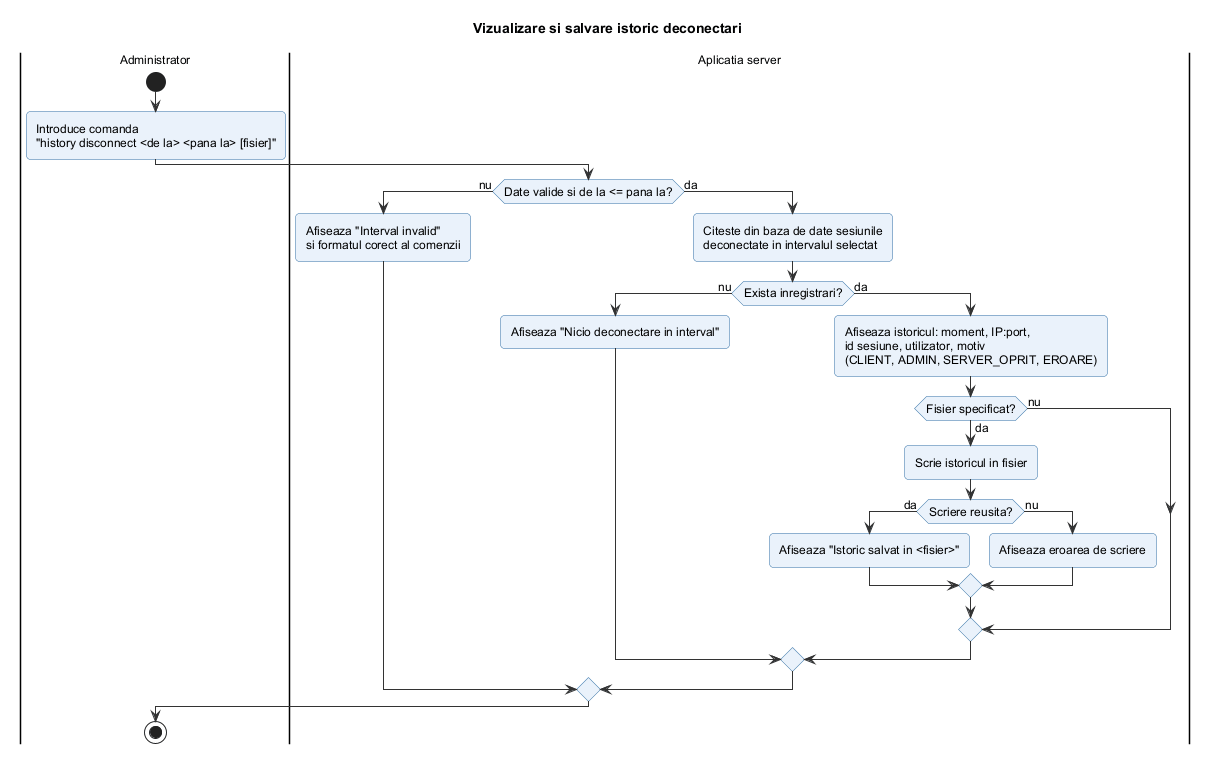
This is docs/diagrame/2_activitati/istoric_deconectari.png from filip-eanu/ProiectIS, a PlantUML export, as it was before one commit.
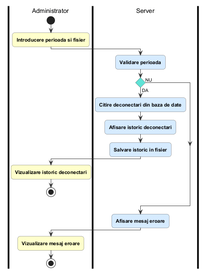
The same file after the commit.

What changed in the source:
```diff
@@ -1,35 +1,23 @@
 @startuml istoric_deconectari
-!include ../_stil.iuml
-title Vizualizare si salvare istoric deconectari
+!include ../_stil_activitati.iuml
 
 |Administrator|
 start
-:Introduce comanda
-"history disconnect <de la> <pana la> [fisier]";
-|Aplicatia server|
-if (Date valide si de la <= pana la?) then (nu)
-  :Afiseaza "Interval invalid"
-  si formatul corect al comenzii;
-else (da)
-  :Citeste din baza de date sesiunile
-  deconectate in intervalul selectat;
-  if (Exista inregistrari?) then (nu)
-    :Afiseaza "Nicio deconectare in interval";
-  else (da)
-    :Afiseaza istoricul: moment, IP:port,
-    id sesiune, utilizator, motiv
-    (CLIENT, ADMIN, SERVER_OPRIT, EROARE);
-    if (Fisier specificat?) then (da)
-      :Scrie istoricul in fisier;
-      if (Scriere reusita?) then (da)
-        :Afiseaza "Istoric salvat in <fisier>";
-      else (nu)
-        :Afiseaza eroarea de scriere;
-      endif
-    else (nu)
-    endif
-  endif
+$A("Introducere perioada si fisier")
+|Server|
+$S("Validare perioada")
+if () then (DA)
+  $S("Citire deconectari din baza de date")
+  $S("Afisare istoric deconectari")
+  $S("Salvare istoric in fisier")
+  |Administrator|
+  $A("Vizualizare istoric deconectari")
+  stop
+else (NU)
 endif
+|Server|
+$S("Afisare mesaj eroare")
 |Administrator|
+$A("Vizualizare mesaj eroare")
 stop
 @enduml
```
